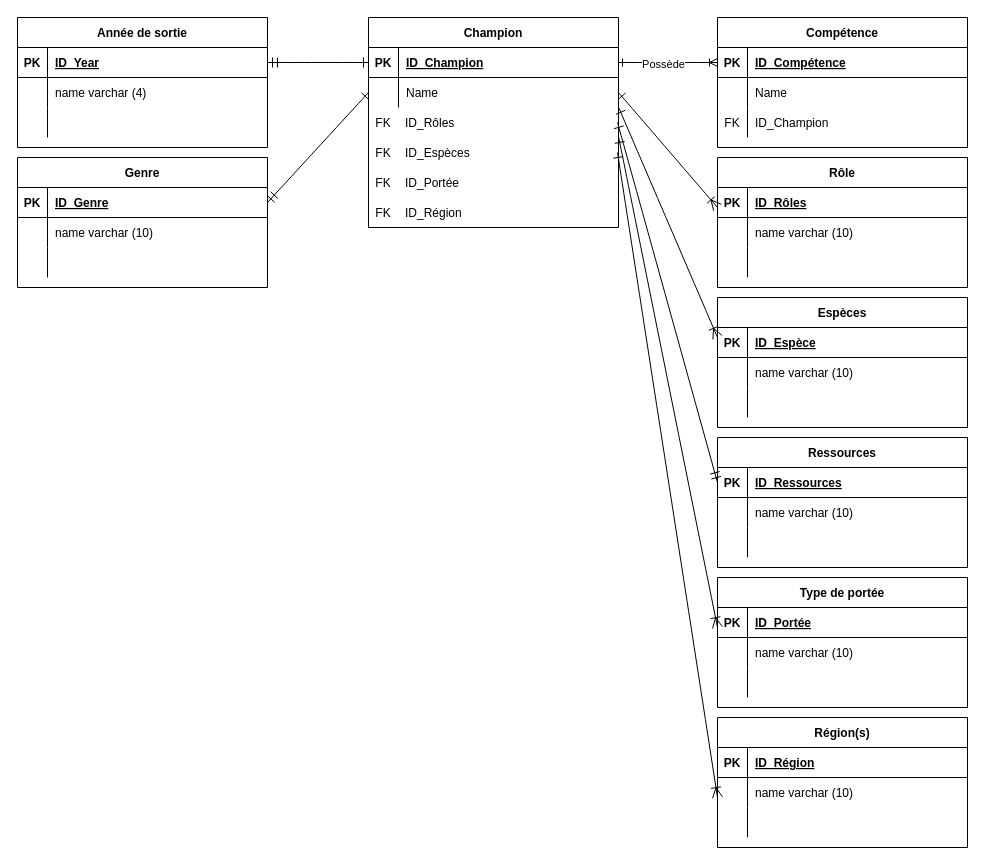
mbacc69005Branly/BTS2-CIEL-IR-MCD-2024-2025 keeps this draw.io diagram as Diagramme sans nom.drawio. Above is the earlier version. Source tidied: cells renumbered, new cells numbered last; positions are measured from the earlier drawing's top-left corner, leaving out a move shared by most shapes. Both pictures are drawn from the tidied source at 100%, with x=0, y=0 at pixel (17, 17).
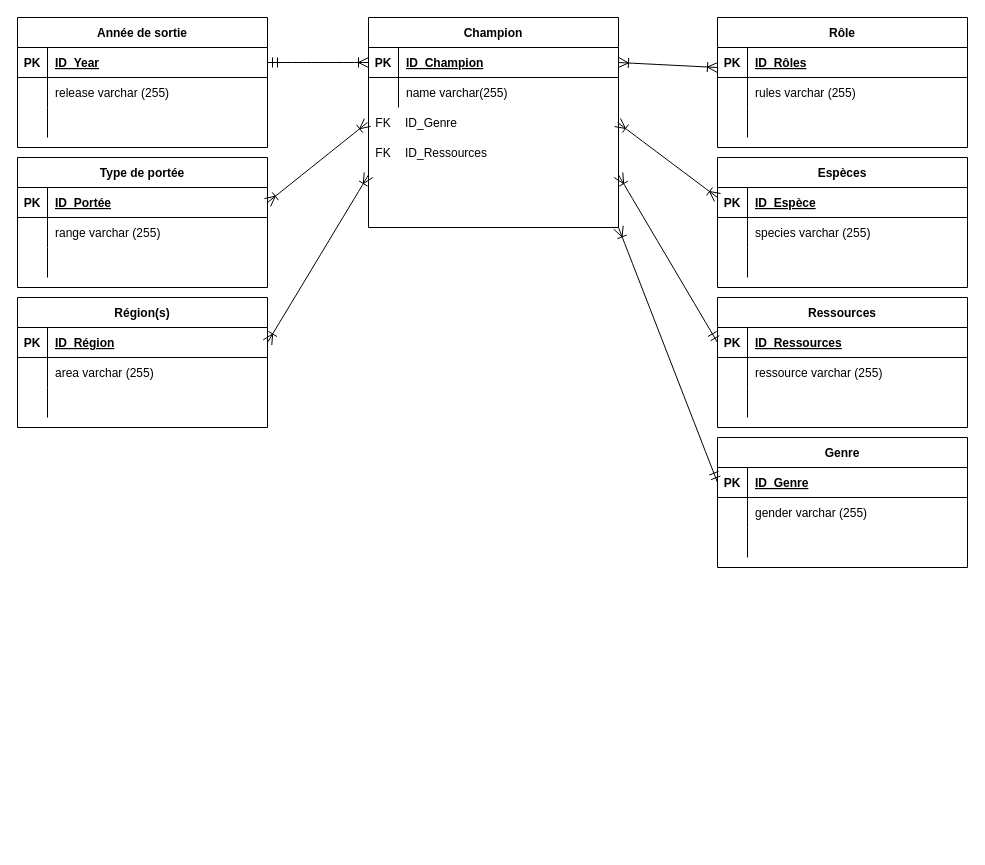
The same page after the edit.

Commit message (it also covers changes not shown here):
Mettre à jour Diagramme sans nom.drawio

The change refers to these unchanged cells:
```xml
<mxCell id="15" style="shape=partialRectangle;fillColor=none;points=[[0,0.5],[1,0.5]];portConstraint=eastwest;top=0;left=0;right=0;bottom=1;" parent="14" vertex="1">
  <mxGeometry y="30" width="250" height="30" as="geometry" />
</mxCell>
<mxCell id="18" style="shape=partialRectangle;fillColor=none;top=0;left=0;right=0;bottom=0;" parent="14" vertex="1">
  <mxGeometry y="60" width="250" height="30" as="geometry" />
</mxCell>
<mxCell id="24" value="Champion" style="shape=table;startSize=30;childLayout=tableLayout;rowLines=0;fontStyle=1;align=center;" parent="1" vertex="1">
  <mxGeometry x="351" width="250" height="210" as="geometry" />
</mxCell>
<mxCell id="25" style="shape=partialRectangle;fillColor=none;points=[[0,0.5],[1,0.5]];portConstraint=eastwest;top=0;left=0;right=0;bottom=1;" parent="24" vertex="1">
  <mxGeometry y="30" width="250" height="30" as="geometry" />
</mxCell>
<mxCell id="28" style="shape=partialRectangle;fillColor=none;points=[[0,0.5],[1,0.5]];portConstraint=eastwest;top=0;left=0;right=0;bottom=0;" parent="24" vertex="1">
  <mxGeometry y="60" width="250" height="30" as="geometry" />
</mxCell>
<mxCell id="32" style="shape=partialRectangle;fillColor=none;points=[[0,0.5],[1,0.5]];portConstraint=eastwest;top=0;left=0;right=0;bottom=1;" parent="31" vertex="1">
  <mxGeometry y="30" width="250" height="30" as="geometry" />
</mxCell>
<mxCell id="35" style="shape=partialRectangle;fillColor=none;top=0;left=0;right=0;bottom=0;" parent="31" vertex="1">
  <mxGeometry y="60" width="250" height="30" as="geometry" />
</mxCell>
<mxCell id="42" style="shape=partialRectangle;fillColor=none;points=[[0,0.5],[1,0.5]];portConstraint=eastwest;top=0;left=0;right=0;bottom=1;" parent="41" vertex="1">
  <mxGeometry y="30" width="250" height="30" as="geometry" />
</mxCell>
<mxCell id="45" style="shape=partialRectangle;fillColor=none;top=0;left=0;right=0;bottom=0;" parent="41" vertex="1">
  <mxGeometry y="60" width="250" height="30" as="geometry" />
</mxCell>
<mxCell id="52" style="shape=partialRectangle;fillColor=none;points=[[0,0.5],[1,0.5]];portConstraint=eastwest;top=0;left=0;right=0;bottom=1;" parent="51" vertex="1">
  <mxGeometry y="30" width="250" height="30" as="geometry" />
</mxCell>
<mxCell id="55" style="shape=partialRectangle;fillColor=none;top=0;left=0;right=0;bottom=0;" parent="51" vertex="1">
  <mxGeometry y="60" width="250" height="30" as="geometry" />
</mxCell>
<mxCell id="62" style="shape=partialRectangle;fillColor=none;points=[[0,0.5],[1,0.5]];portConstraint=eastwest;top=0;left=0;right=0;bottom=1;" parent="61" vertex="1">
  <mxGeometry y="30" width="250" height="30" as="geometry" />
</mxCell>
<mxCell id="65" style="shape=partialRectangle;fillColor=none;top=0;left=0;right=0;bottom=0;" parent="61" vertex="1">
  <mxGeometry y="60" width="250" height="30" as="geometry" />
</mxCell>
<mxCell id="72" style="shape=partialRectangle;fillColor=none;points=[[0,0.5],[1,0.5]];portConstraint=eastwest;top=0;left=0;right=0;bottom=1;" parent="71" vertex="1">
  <mxGeometry y="30" width="250" height="30" as="geometry" />
</mxCell>
<mxCell id="75" style="shape=partialRectangle;fillColor=none;points=[[0,0.5],[1,0.5]];portConstraint=eastwest;top=0;left=0;right=0;bottom=0;" parent="71" vertex="1">
  <mxGeometry y="60" width="250" height="30" as="geometry" />
</mxCell>
<mxCell id="82" style="shape=partialRectangle;fillColor=none;points=[[0,0.5],[1,0.5]];portConstraint=eastwest;top=0;left=0;right=0;bottom=1;" parent="81" vertex="1">
  <mxGeometry y="30" width="250" height="30" as="geometry" />
</mxCell>
<mxCell id="85" style="shape=partialRectangle;fillColor=none;top=0;left=0;right=0;bottom=0;" parent="81" vertex="1">
  <mxGeometry y="60" width="250" height="30" as="geometry" />
</mxCell>
<mxCell id="99" style="shape=partialRectangle;fillColor=none;points=[[0,0.5],[1,0.5]];portConstraint=eastwest;top=0;left=0;right=0;bottom=0;" parent="1" vertex="1">
  <mxGeometry x="350" y="90" width="250" height="30" as="geometry" />
</mxCell>
<mxCell id="102" style="shape=partialRectangle;fillColor=none;points=[[0,0.5],[1,0.5]];portConstraint=eastwest;top=0;left=0;right=0;bottom=0;" parent="1" vertex="1">
  <mxGeometry x="350" y="120" width="250" height="30" as="geometry" />
</mxCell>
```

What changed in the source:
```diff
@@
-    <mxCell id="2" style="edgeStyle=entityRelationEdgeStyle;endArrow=ERoneToMany;startArrow=ERone;endFill=0;startFill=0;entryX=0;entryY=0.5;entryDx=0;entryDy=0;" parent="1" edge="1" source="25" target="5">
-      <mxGeometry relative="1" as="geometry" />
-    </mxCell>
-    <mxCell id="3" value="Possède" style="edgeLabel;html=1;align=center;verticalAlign=middle;" parent="2" vertex="1">
-      <mxGeometry x="-0.12" y="-1" relative="1" as="geometry" />
-    </mxCell>
-    <mxCell id="4" value="Compétence" style="shape=table;startSize=30;childLayout=tableLayout;rowLines=0;fontStyle=1;align=center;" parent="1" vertex="1">
-      <mxGeometry x="700" width="250" height="130" as="geometry" />
-    </mxCell>
-    <mxCell id="5" style="shape=partialRectangle;fillColor=none;points=[[0,0.5],[1,0.5]];portConstraint=eastwest;top=0;left=0;right=0;bottom=1;" parent="4" vertex="1">
-      <mxGeometry y="30" width="250" height="30" as="geometry" />
-    </mxCell>
-    <mxCell id="6" value="PK" style="shape=partialRectangle;overflow=hidden;fillColor=none;top=0;left=0;bottom=0;right=0;fontStyle=1;" parent="5" vertex="1">
-      <mxGeometry width="30" height="30" as="geometry" />
-    </mxCell>
-    <mxCell id="7" value="ID_Compétence" style="shape=partialRectangle;overflow=hidden;fillColor=none;top=0;left=0;bottom=0;right=0;align=left;spacingLeft=6;fontStyle=5;" parent="5" vertex="1">
-      <mxGeometry x="30" width="220" height="30" as="geometry" />
-    </mxCell>
-    <mxCell id="8" style="shape=partialRectangle;fillColor=none;top=0;left=0;right=0;bottom=0;" parent="4" vertex="1">
-      <mxGeometry y="60" width="250" height="30" as="geometry" />
-    </mxCell>
-    <mxCell id="9" style="shape=partialRectangle;overflow=hidden;fillColor=none;top=0;left=0;bottom=0;right=0;" parent="8" vertex="1">
-      <mxGeometry width="30" height="30" as="geometry" />
-    </mxCell>
-    <mxCell id="10" value="Name" style="shape=partialRectangle;overflow=hidden;fillColor=none;top=0;left=0;bottom=0;right=0;align=left;spacingLeft=6;" parent="8" vertex="1">
-      <mxGeometry x="30" width="220" height="30" as="geometry" />
-    </mxCell>
-    <mxCell id="11" style="shape=partialRectangle;fillColor=none;top=0;left=0;right=0;bottom=0;" parent="4" vertex="1">
-      <mxGeometry y="90" width="250" height="30" as="geometry" />
-    </mxCell>
-    <mxCell id="12" value="FK" style="shape=partialRectangle;overflow=hidden;fillColor=none;top=0;left=0;bottom=0;right=0;" parent="11" vertex="1">
-      <mxGeometry width="30" height="30" as="geometry" />
-    </mxCell>
-    <mxCell id="13" value="ID_Champion" style="shape=partialRectangle;overflow=hidden;fillColor=none;top=0;left=0;bottom=0;right=0;align=left;spacingLeft=6;" parent="11" vertex="1">
-      <mxGeometry x="30" width="220" height="30" as="geometry" />
-    </mxCell>
     <mxCell id="14" value="Genre" style="shape=table;startSize=30;childLayout=tableLayout;rowLines=0;fontStyle=1;align=center;" parent="1" vertex="1">
-      <mxGeometry y="140" width="250" height="130" as="geometry" />
+      <mxGeometry x="700" y="420" width="250" height="130" as="geometry" />
     </mxCell>
@@
-    <mxCell id="20" value="name varchar (10)" style="shape=partialRectangle;overflow=hidden;fillColor=none;top=0;left=0;bottom=0;right=0;align=left;spacingLeft=6;" parent="18" vertex="1">
+    <mxCell id="20" value="gender varchar (255)" style="shape=partialRectangle;overflow=hidden;fillColor=none;top=0;left=0;bottom=0;right=0;align=left;spacingLeft=6;" parent="18" vertex="1">
       <mxGeometry x="30" width="220" height="30" as="geometry" />
     </mxCell>
@@
-    <mxCell id="30" value="Name" style="shape=partialRectangle;overflow=hidden;fillColor=none;top=0;left=0;bottom=0;right=0;align=left;spacingLeft=6;" parent="28" vertex="1">
+    <mxCell id="30" value="name varchar(255)" style="shape=partialRectangle;overflow=hidden;fillColor=none;top=0;left=0;bottom=0;right=0;align=left;spacingLeft=6;" parent="28" vertex="1">
       <mxGeometry x="30" width="220" height="30" as="geometry" />
     </mxCell>
     <mxCell id="31" value="Rôle" style="shape=table;startSize=30;childLayout=tableLayout;rowLines=0;fontStyle=1;align=center;" parent="1" vertex="1">
-      <mxGeometry x="700" y="140" width="250" height="130" as="geometry" />
+      <mxGeometry x="700" width="250" height="130" as="geometry" />
     </mxCell>
@@
-    <mxCell id="37" value="name varchar (10)" style="shape=partialRectangle;overflow=hidden;fillColor=none;top=0;left=0;bottom=0;right=0;align=left;spacingLeft=6;" parent="35" vertex="1">
+    <mxCell id="37" value="rules varchar (255)" style="shape=partialRectangle;overflow=hidden;fillColor=none;top=0;left=0;bottom=0;right=0;align=left;spacingLeft=6;" parent="35" vertex="1">
       <mxGeometry x="30" width="220" height="30" as="geometry" />
     </mxCell>
@@
     <mxCell id="41" value="Espèces" style="shape=table;startSize=30;childLayout=tableLayout;rowLines=0;fontStyle=1;align=center;" parent="1" vertex="1">
-      <mxGeometry x="700" y="280" width="250" height="130" as="geometry" />
+      <mxGeometry x="700" y="140" width="250" height="130" as="geometry" />
     </mxCell>
@@
-    <mxCell id="47" value="name varchar (10)" style="shape=partialRectangle;overflow=hidden;fillColor=none;top=0;left=0;bottom=0;right=0;align=left;spacingLeft=6;" parent="45" vertex="1">
+    <mxCell id="47" value="species varchar (255)" style="shape=partialRectangle;overflow=hidden;fillColor=none;top=0;left=0;bottom=0;right=0;align=left;spacingLeft=6;" parent="45" vertex="1">
       <mxGeometry x="30" width="220" height="30" as="geometry" />
     </mxCell>
@@
     <mxCell id="51" value="Ressources" style="shape=table;startSize=30;childLayout=tableLayout;rowLines=0;fontStyle=1;align=center;" parent="1" vertex="1">
-      <mxGeometry x="700" y="420" width="250" height="130" as="geometry" />
+      <mxGeometry x="700" y="280" width="250" height="130" as="geometry" />
     </mxCell>
@@
-    <mxCell id="57" value="name varchar (10)" style="shape=partialRectangle;overflow=hidden;fillColor=none;top=0;left=0;bottom=0;right=0;align=left;spacingLeft=6;" parent="55" vertex="1">
+    <mxCell id="57" value="ressource varchar (255)" style="shape=partialRectangle;overflow=hidden;fillColor=none;top=0;left=0;bottom=0;right=0;align=left;spacingLeft=6;" parent="55" vertex="1">
       <mxGeometry x="30" width="220" height="30" as="geometry" />
     </mxCell>
@@
     <mxCell id="61" value="Type de portée" style="shape=table;startSize=30;childLayout=tableLayout;rowLines=0;fontStyle=1;align=center;" parent="1" vertex="1">
-      <mxGeometry x="700" y="560" width="250" height="130" as="geometry" />
+      <mxGeometry y="140" width="250" height="130" as="geometry" />
     </mxCell>
@@
-    <mxCell id="67" value="name varchar (10)" style="shape=partialRectangle;overflow=hidden;fillColor=none;top=0;left=0;bottom=0;right=0;align=left;spacingLeft=6;" parent="65" vertex="1">
+    <mxCell id="67" value="range varchar (255)" style="shape=partialRectangle;overflow=hidden;fillColor=none;top=0;left=0;bottom=0;right=0;align=left;spacingLeft=6;" parent="65" vertex="1">
       <mxGeometry x="30" width="220" height="30" as="geometry" />
     </mxCell>
@@
     <mxCell id="71" value="Région(s)" style="shape=table;startSize=30;childLayout=tableLayout;rowLines=0;fontStyle=1;align=center;" parent="1" vertex="1">
-      <mxGeometry x="700" y="700" width="250" height="130" as="geometry" />
+      <mxGeometry y="280" width="250" height="130" as="geometry" />
     </mxCell>
@@
-    <mxCell id="77" value="name varchar (10)" style="shape=partialRectangle;overflow=hidden;fillColor=none;top=0;left=0;bottom=0;right=0;align=left;spacingLeft=6;" parent="75" vertex="1">
+    <mxCell id="77" value="area varchar (255)" style="shape=partialRectangle;overflow=hidden;fillColor=none;top=0;left=0;bottom=0;right=0;align=left;spacingLeft=6;" parent="75" vertex="1">
       <mxGeometry x="30" width="220" height="30" as="geometry" />
     </mxCell>
@@
-    <mxCell id="87" value="name varchar (4)" style="shape=partialRectangle;overflow=hidden;fillColor=none;top=0;left=0;bottom=0;right=0;align=left;spacingLeft=6;" parent="85" vertex="1">
+    <mxCell id="87" value="release varchar (255)" style="shape=partialRectangle;overflow=hidden;fillColor=none;top=0;left=0;bottom=0;right=0;align=left;spacingLeft=6;" parent="85" vertex="1">
       <mxGeometry x="30" width="220" height="30" as="geometry" />
     </mxCell>
@@
-    <mxCell id="91" style="endArrow=ERoneToMany;html=1;rounded=0;fontSize=12;startSize=8;endSize=8;curved=1;exitX=1;exitY=0.5;exitDx=0;exitDy=0;entryX=0;entryY=0.667;entryDx=0;entryDy=0;entryPerimeter=0;endFill=0;startArrow=ERone;startFill=0;" parent="1" edge="1" source="28" target="32">
+    <mxCell id="91" style="endArrow=ERoneToMany;html=1;rounded=0;fontSize=12;startSize=8;endSize=8;curved=1;exitX=1;exitY=0.5;exitDx=0;exitDy=0;entryX=0;entryY=0.667;entryDx=0;entryDy=0;entryPerimeter=0;endFill=0;startArrow=ERoneToMany;startFill=0;" parent="1" edge="1" source="25" target="32">
       <mxGeometry relative="1" as="geometry" />
     </mxCell>
-    <mxCell id="92" style="endArrow=ERoneToMany;html=1;rounded=0;fontSize=12;startSize=8;endSize=8;curved=1;exitX=1.001;exitY=1.004;exitDx=0;exitDy=0;entryX=0;entryY=0.333;entryDx=0;entryDy=0;entryPerimeter=0;exitPerimeter=0;startArrow=ERone;startFill=0;endFill=0;" parent="1" edge="1" source="28" target="42">
+    <mxCell id="92" style="endArrow=ERoneToMany;html=1;rounded=0;fontSize=12;startSize=8;endSize=8;curved=1;exitX=1;exitY=0.5;exitDx=0;exitDy=0;entryX=0;entryY=0.333;entryDx=0;entryDy=0;entryPerimeter=0;startArrow=ERoneToMany;startFill=0;endFill=0;" parent="1" edge="1" source="99" target="42">
       <mxGeometry relative="1" as="geometry" />
     </mxCell>
-    <mxCell id="93" style="endArrow=ERmandOne;html=1;rounded=0;fontSize=12;startSize=8;endSize=8;curved=1;exitX=0;exitY=0.5;exitDx=0;exitDy=0;entryX=1;entryY=0.5;entryDx=0;entryDy=0;endFill=0;startArrow=ERone;startFill=0;" parent="1" edge="1" source="25" target="82">
+    <mxCell id="93" style="endArrow=ERmandOne;html=1;rounded=0;fontSize=12;startSize=8;endSize=8;curved=1;exitX=0;exitY=0.5;exitDx=0;exitDy=0;entryX=1;entryY=0.5;entryDx=0;entryDy=0;endFill=0;startArrow=ERoneToMany;startFill=0;" parent="1" edge="1" source="25" target="82">
       <mxGeometry relative="1" as="geometry" />
     </mxCell>
-    <mxCell id="94" style="endArrow=ERmandOne;html=1;rounded=0;fontSize=12;startSize=8;endSize=8;curved=1;exitX=1;exitY=0.5;exitDx=0;exitDy=0;entryX=0;entryY=0.5;entryDx=0;entryDy=0;startArrow=ERone;startFill=0;endFill=0;" parent="1" edge="1" source="99" target="52">
+    <mxCell id="94" style="endArrow=ERmandOne;html=1;rounded=0;fontSize=12;startSize=8;endSize=8;curved=1;exitX=1;exitY=0.75;exitDx=0;exitDy=0;entryX=0;entryY=0.5;entryDx=0;entryDy=0;startArrow=ERoneToMany;startFill=0;endFill=0;" parent="1" edge="1" source="24" target="52">
       <mxGeometry relative="1" as="geometry" />
     </mxCell>
-    <mxCell id="95" style="endArrow=ERoneToMany;html=1;rounded=0;fontSize=12;startSize=8;endSize=8;curved=1;entryX=0;entryY=0.667;entryDx=0;entryDy=0;entryPerimeter=0;startArrow=ERone;startFill=0;endFill=0;exitX=1.005;exitY=0;exitDx=0;exitDy=0;exitPerimeter=0;" parent="1" edge="1" source="102" target="62">
+    <mxCell id="95" style="endArrow=ERoneToMany;html=1;rounded=0;fontSize=12;startSize=8;endSize=8;curved=1;entryX=1;entryY=0.5;entryDx=0;entryDy=0;startArrow=ERoneToMany;startFill=0;endFill=0;exitX=0;exitY=0.5;exitDx=0;exitDy=0;" parent="1" edge="1" source="99" target="62">
       <mxGeometry relative="1" as="geometry" />
     </mxCell>
-    <mxCell id="96" style="endArrow=ERoneToMany;html=1;rounded=0;fontSize=12;startSize=8;endSize=8;curved=1;startArrow=ERone;startFill=0;endFill=0;entryX=0;entryY=0.667;entryDx=0;entryDy=0;entryPerimeter=0;exitX=1;exitY=0.5;exitDx=0;exitDy=0;" parent="1" edge="1" source="102" target="75">
+    <mxCell id="96" style="endArrow=ERoneToMany;html=1;rounded=0;fontSize=12;startSize=8;endSize=8;curved=1;startArrow=ERoneToMany;startFill=0;endFill=0;entryX=1;entryY=0.5;entryDx=0;entryDy=0;exitX=0;exitY=0.75;exitDx=0;exitDy=0;" parent="1" edge="1" source="24" target="72">
       <mxGeometry relative="1" as="geometry" />
     </mxCell>
@@
-    <mxCell id="101" value="ID_Rôles" style="shape=partialRectangle;overflow=hidden;fillColor=none;top=0;left=0;bottom=0;right=0;align=left;spacingLeft=6;" parent="99" vertex="1">
+    <mxCell id="101" value="ID_Genre" style="shape=partialRectangle;overflow=hidden;fillColor=none;top=0;left=0;bottom=0;right=0;align=left;spacingLeft=6;" parent="99" vertex="1">
       <mxGeometry x="30" width="220" height="30" as="geometry" />
     </mxCell>
@@
-    <mxCell id="104" value="ID_Espèces" style="shape=partialRectangle;overflow=hidden;fillColor=none;top=0;left=0;bottom=0;right=0;align=left;spacingLeft=6;" parent="102" vertex="1">
+    <mxCell id="104" value="ID_Ressources" style="shape=partialRectangle;overflow=hidden;fillColor=none;top=0;left=0;bottom=0;right=0;align=left;spacingLeft=6;" parent="102" vertex="1">
       <mxGeometry x="30" width="220" height="30" as="geometry" />
     </mxCell>
-    <mxCell id="105" style="shape=partialRectangle;fillColor=none;top=0;left=0;right=0;bottom=0;" parent="1" vertex="1">
-      <mxGeometry x="350" y="150" width="250" height="30" as="geometry" />
-    </mxCell>
-    <mxCell id="106" style="shape=partialRectangle;overflow=hidden;fillColor=none;top=0;left=0;bottom=0;right=0;" parent="105" vertex="1">
-      <mxGeometry width="30" height="30" as="geometry" />
-    </mxCell>
-    <mxCell id="107" value="ID_Portée" style="shape=partialRectangle;overflow=hidden;fillColor=none;top=0;left=0;bottom=0;right=0;align=left;spacingLeft=6;" parent="105" vertex="1">
-      <mxGeometry x="30" width="220" height="30" as="geometry" />
-    </mxCell>
-    <mxCell id="108" value="FK" style="shape=partialRectangle;overflow=hidden;fillColor=none;top=0;left=0;bottom=0;right=0;" parent="1" vertex="1">
-      <mxGeometry x="351" y="150" width="30" height="30" as="geometry" />
-    </mxCell>
-    <mxCell id="109" value="FK" style="shape=partialRectangle;overflow=hidden;fillColor=none;top=0;left=0;bottom=0;right=0;" parent="1" vertex="1">
-      <mxGeometry x="351" y="180" width="30" height="30" as="geometry" />
-    </mxCell>
-    <mxCell id="110" style="shape=partialRectangle;fillColor=none;top=0;left=0;right=0;bottom=0;" parent="1" vertex="1">
-      <mxGeometry x="350" y="180" width="250" height="30" as="geometry" />
-    </mxCell>
-    <mxCell id="111" style="shape=partialRectangle;overflow=hidden;fillColor=none;top=0;left=0;bottom=0;right=0;" parent="110" vertex="1">
-      <mxGeometry width="30" height="30" as="geometry" />
-    </mxCell>
-    <mxCell id="112" value="ID_Région" style="shape=partialRectangle;overflow=hidden;fillColor=none;top=0;left=0;bottom=0;right=0;align=left;spacingLeft=6;" parent="110" vertex="1">
-      <mxGeometry x="30" width="220" height="30" as="geometry" />
-    </mxCell>
-    <mxCell id="113" style="endArrow=ERmandOne;html=1;rounded=0;fontSize=12;startSize=8;endSize=8;curved=1;entryX=1;entryY=0.5;entryDx=0;entryDy=0;exitX=0;exitY=0.5;exitDx=0;exitDy=0;startArrow=ERone;startFill=0;endFill=0;" parent="1" edge="1" source="28" target="15">
+    <mxCell id="113" style="endArrow=ERmandOne;html=1;rounded=0;fontSize=12;startSize=8;endSize=8;curved=1;entryX=0;entryY=0.5;entryDx=0;entryDy=0;exitX=1;exitY=1;exitDx=0;exitDy=0;startArrow=ERoneToMany;startFill=0;endFill=0;" parent="1" edge="1" source="24" target="15">
       <mxGeometry relative="1" as="geometry" />
     </mxCell>
```
